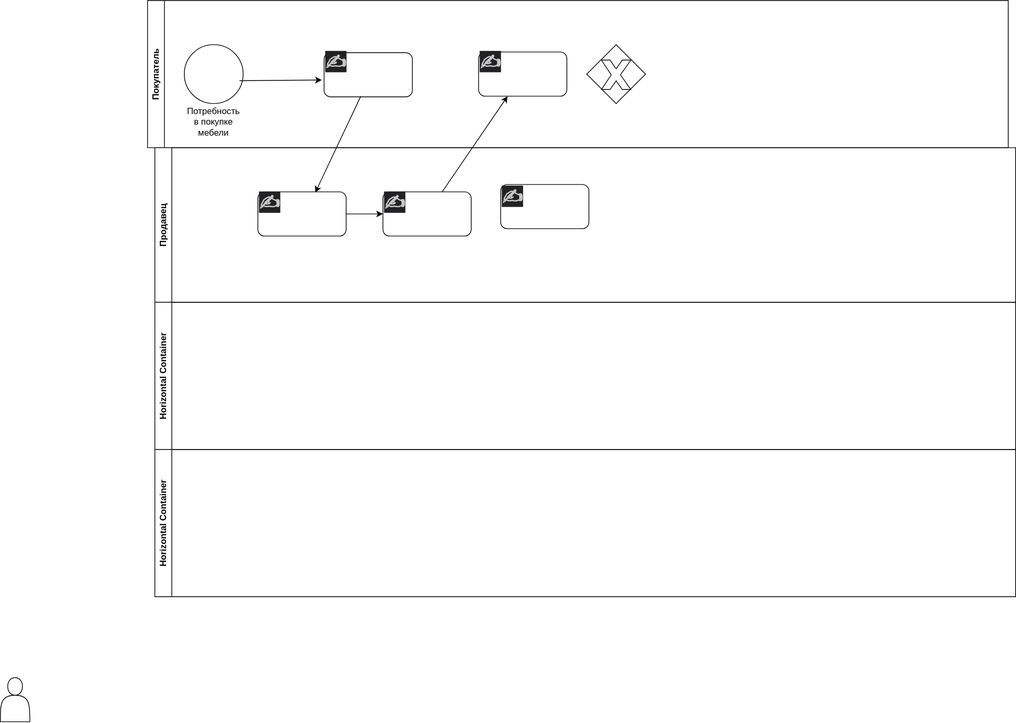
The draw.io diagram BP-ML.drawio.svg in s-erakhtina/diagrams.net, before a commit. Source tidied: cells renumbered, new cells last; positions are measured from the earlier drawing's top-left corner, leaving out a move shared by most shapes.
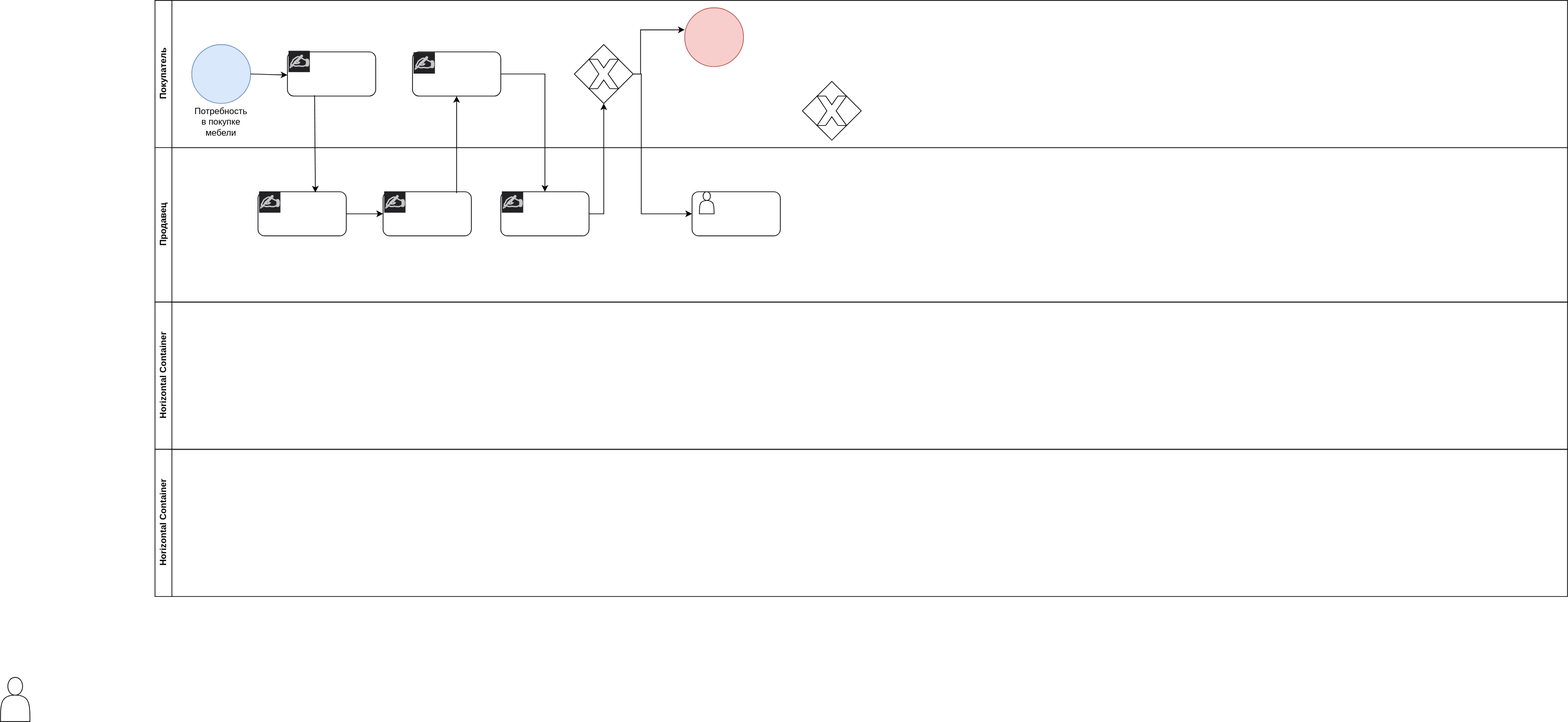
The same diagram one commit later.

The edit, as a diff of the source:
```diff
@@ -3,44 +3,71 @@
     <mxCell id="0" />
     <mxCell id="1" parent="0" />
     <mxCell id="2" value="Покупатель" style="swimlane;horizontal=0;whiteSpace=wrap;html=1;" parent="1" vertex="1">
-      <mxGeometry x="200" width="1170" height="200" as="geometry" />
+      <mxGeometry x="210" width="1920" height="200" as="geometry" />
     </mxCell>
-    <mxCell id="3" style="ellipse;whiteSpace=wrap;html=1;" parent="2" vertex="1">
+    <mxCell id="3" style="ellipse;whiteSpace=wrap;html=1;fillColor=#dae8fc;strokeColor=#6c8ebf;" parent="2" vertex="1">
       <mxGeometry x="50" y="60" width="80" height="80" as="geometry" />
     </mxCell>
     <mxCell id="4" value="Потребность в покупке мебели" style="text;html=1;align=center;verticalAlign=middle;whiteSpace=wrap;rounded=0;" parent="2" vertex="1">
       <mxGeometry x="60" y="150" width="60" height="30" as="geometry" />
     </mxCell>
-    <mxCell id="5" style="endArrow=classic;html=1;rounded=0;entryX=-0.025;entryY=0.617;entryDx=0;entryDy=0;entryPerimeter=0;" parent="2" edge="1" target="6">
-      <mxGeometry relative="1" as="geometry">
-        <mxPoint x="125" y="109" as="sourcePoint" />
-      </mxGeometry>
+    <mxCell id="5" style="endArrow=classic;html=1;rounded=0;entryX=0;entryY=0.75;entryDx=0;entryDy=0;exitX=1;exitY=0.5;exitDx=0;exitDy=0;" parent="2" edge="1" source="3" target="11">
+      <mxGeometry relative="1" as="geometry" />
     </mxCell>
     <mxCell id="6" style="rounded=1;whiteSpace=wrap;html=1;" parent="2" vertex="1">
-      <mxGeometry x="240" y="71" width="120" height="60" as="geometry" />
+      <mxGeometry x="180" y="70" width="120" height="60" as="geometry" />
     </mxCell>
     <mxCell id="7" style="rounded=1;whiteSpace=wrap;html=1;" parent="2" vertex="1">
-      <mxGeometry x="450" y="70" width="120" height="60" as="geometry" />
+      <mxGeometry x="350" y="70" width="120" height="60" as="geometry" />
     </mxCell>
+    <mxCell id="25" style="edgeStyle=orthogonalEdgeStyle;rounded=0;jettySize=auto;html=1;exitX=1;exitY=0.5;exitDx=0;exitDy=0;" parent="2" edge="1" source="8">
+      <mxGeometry relative="1" as="geometry">
+        <mxPoint x="730" y="290" as="targetPoint" />
+        <Array as="points">
+          <mxPoint x="661" y="100" />
+          <mxPoint x="661" y="290" />
+        </Array>
+      </mxGeometry>
+    </mxCell>
+    <mxCell id="26" style="edgeStyle=orthogonalEdgeStyle;rounded=0;jettySize=auto;html=1;" parent="2" edge="1" source="8">
+      <mxGeometry relative="1" as="geometry">
+        <mxPoint x="720" y="40" as="targetPoint" />
+        <Array as="points">
+          <mxPoint x="660" y="100" />
+          <mxPoint x="660" y="40" />
+          <mxPoint x="661" y="40" />
+        </Array>
+      </mxGeometry>
+    </mxCell>
     <mxCell id="8" style="rhombus;whiteSpace=wrap;html=1;" parent="2" vertex="1">
-      <mxGeometry x="597" y="60" width="80" height="80" as="geometry" />
+      <mxGeometry x="570" y="60" width="80" height="80" as="geometry" />
     </mxCell>
-    <mxCell id="9" style="endArrow=classic;html=1;rounded=0;entryX=0.65;entryY=0.017;entryDx=0;entryDy=0;entryPerimeter=0;" parent="2" edge="1" target="14">
-      <mxGeometry relative="1" as="geometry">
-        <mxPoint x="290" y="130" as="sourcePoint" />
-      </mxGeometry>
-    </mxCell>
     <mxCell id="10" value="&lt;br style=&quot;forced-color-adjust: none; color: rgb(0, 0, 0); font-family: Helvetica; font-size: 12px; font-style: normal; font-variant-ligatures: normal; font-variant-caps: normal; font-weight: 700; letter-spacing: normal; orphans: 2; text-align: center; text-indent: 0px; text-transform: none; widows: 2; word-spacing: 0px; -webkit-text-stroke-width: 0px; white-space: normal; background-color: rgb(251, 251, 251); text-decoration-thickness: initial; text-decoration-style: initial; text-decoration-color: initial;&quot;&gt;&lt;span style=&quot;forced-color-adjust: none; font-style: normal; font-variant-ligatures: normal; font-variant-caps: normal; font-weight: 700; letter-spacing: normal; orphans: 2; text-indent: 0px; text-transform: none; widows: 2; word-spacing: 0px; -webkit-text-stroke-width: 0px; white-space: normal; text-decoration-thickness: initial; text-decoration-style: initial; text-decoration-color: initial; color: rgba(255, 255, 255, 0.75); font-family: &amp;quot;YS Text&amp;quot;, -apple-system, BlinkMacSystemFont, Arial, Helvetica, sans-serif; font-size: 24px; text-align: start; background-color: rgb(34, 34, 36); float: none; display: inline !important;&quot;&gt;✍&lt;/span&gt;&lt;br style=&quot;forced-color-adjust: none; color: rgb(0, 0, 0); font-family: Helvetica; font-size: 12px; font-style: normal; font-variant-ligatures: normal; font-variant-caps: normal; font-weight: 700; letter-spacing: normal; orphans: 2; text-align: center; text-indent: 0px; text-transform: none; widows: 2; word-spacing: 0px; -webkit-text-stroke-width: 0px; white-space: normal; background-color: rgb(251, 251, 251); text-decoration-thickness: initial; text-decoration-style: initial; text-decoration-color: initial;&quot;&gt;" style="text;whiteSpace=wrap;html=1;" parent="2" vertex="1">
-      <mxGeometry x="450" y="49" width="70" height="70" as="geometry" />
+      <mxGeometry x="350" y="51" width="70" height="70" as="geometry" />
     </mxCell>
     <mxCell id="11" value="&lt;br style=&quot;forced-color-adjust: none; color: rgb(0, 0, 0); font-family: Helvetica; font-size: 12px; font-style: normal; font-variant-ligatures: normal; font-variant-caps: normal; font-weight: 700; letter-spacing: normal; orphans: 2; text-align: center; text-indent: 0px; text-transform: none; widows: 2; word-spacing: 0px; -webkit-text-stroke-width: 0px; white-space: normal; background-color: rgb(251, 251, 251); text-decoration-thickness: initial; text-decoration-style: initial; text-decoration-color: initial;&quot;&gt;&lt;span style=&quot;forced-color-adjust: none; font-style: normal; font-variant-ligatures: normal; font-variant-caps: normal; font-weight: 700; letter-spacing: normal; orphans: 2; text-indent: 0px; text-transform: none; widows: 2; word-spacing: 0px; -webkit-text-stroke-width: 0px; white-space: normal; text-decoration-thickness: initial; text-decoration-style: initial; text-decoration-color: initial; color: rgba(255, 255, 255, 0.75); font-family: &amp;quot;YS Text&amp;quot;, -apple-system, BlinkMacSystemFont, Arial, Helvetica, sans-serif; font-size: 24px; text-align: start; background-color: rgb(34, 34, 36); float: none; display: inline !important;&quot;&gt;✍&lt;/span&gt;&lt;br style=&quot;forced-color-adjust: none; color: rgb(0, 0, 0); font-family: Helvetica; font-size: 12px; font-style: normal; font-variant-ligatures: normal; font-variant-caps: normal; font-weight: 700; letter-spacing: normal; orphans: 2; text-align: center; text-indent: 0px; text-transform: none; widows: 2; word-spacing: 0px; -webkit-text-stroke-width: 0px; white-space: normal; background-color: rgb(251, 251, 251); text-decoration-thickness: initial; text-decoration-style: initial; text-decoration-color: initial;&quot;&gt;" style="text;whiteSpace=wrap;html=1;" parent="2" vertex="1">
-      <mxGeometry x="240" y="49" width="70" height="70" as="geometry" />
+      <mxGeometry x="180" y="49" width="70" height="70" as="geometry" />
     </mxCell>
     <mxCell id="12" style="verticalLabelPosition=bottom;verticalAlign=top;html=1;shape=mxgraph.basic.x;" parent="2" vertex="1">
-      <mxGeometry x="617" y="81" width="40" height="40" as="geometry" />
+      <mxGeometry x="590" y="80" width="40" height="40" as="geometry" />
     </mxCell>
+    <mxCell id="27" style="rounded=1;whiteSpace=wrap;html=1;" parent="2" vertex="1">
+      <mxGeometry x="730" y="260" width="120" height="60" as="geometry" />
+    </mxCell>
+    <mxCell id="28" style="ellipse;whiteSpace=wrap;html=1;fillColor=#f8cecc;strokeColor=#b85450;" parent="2" vertex="1">
+      <mxGeometry x="720" y="10" width="80" height="80" as="geometry" />
+    </mxCell>
+    <mxCell id="29" style="rhombus;whiteSpace=wrap;html=1;" parent="2" vertex="1">
+      <mxGeometry x="880" y="110" width="80" height="80" as="geometry" />
+    </mxCell>
+    <mxCell id="30" style="verticalLabelPosition=bottom;verticalAlign=top;html=1;shape=mxgraph.basic.x;" parent="2" vertex="1">
+      <mxGeometry x="900" y="130" width="40" height="40" as="geometry" />
+    </mxCell>
+    <mxCell id="31" style="shape=actor;whiteSpace=wrap;html=1;" parent="2" vertex="1">
+      <mxGeometry x="740" y="260" width="20" height="30" as="geometry" />
+    </mxCell>
     <mxCell id="13" value="Продавец" style="swimlane;horizontal=0;whiteSpace=wrap;html=1;" parent="1" vertex="1">
-      <mxGeometry x="210" y="200" width="1170" height="210" as="geometry" />
+      <mxGeometry x="210" y="200" width="1920" height="210" as="geometry" />
     </mxCell>
     <mxCell id="14" style="rounded=1;whiteSpace=wrap;html=1;" parent="13" vertex="1">
       <mxGeometry x="140" y="60" width="120" height="60" as="geometry" />
@@ -52,7 +79,7 @@
       <mxGeometry relative="1" as="geometry" />
     </mxCell>
     <mxCell id="17" style="rounded=1;whiteSpace=wrap;html=1;" parent="13" vertex="1">
-      <mxGeometry x="470" y="50" width="120" height="60" as="geometry" />
+      <mxGeometry x="470" y="60" width="120" height="60" as="geometry" />
     </mxCell>
     <mxCell id="18" value="&lt;br style=&quot;forced-color-adjust: none; color: rgb(0, 0, 0); font-family: Helvetica; font-size: 12px; font-style: normal; font-variant-ligatures: normal; font-variant-caps: normal; font-weight: 700; letter-spacing: normal; orphans: 2; text-align: center; text-indent: 0px; text-transform: none; widows: 2; word-spacing: 0px; -webkit-text-stroke-width: 0px; white-space: normal; background-color: rgb(251, 251, 251); text-decoration-thickness: initial; text-decoration-style: initial; text-decoration-color: initial;&quot;&gt;&lt;span style=&quot;forced-color-adjust: none; font-style: normal; font-variant-ligatures: normal; font-variant-caps: normal; font-weight: 700; letter-spacing: normal; orphans: 2; text-indent: 0px; text-transform: none; widows: 2; word-spacing: 0px; -webkit-text-stroke-width: 0px; white-space: normal; text-decoration-thickness: initial; text-decoration-style: initial; text-decoration-color: initial; color: rgba(255, 255, 255, 0.75); font-family: &amp;quot;YS Text&amp;quot;, -apple-system, BlinkMacSystemFont, Arial, Helvetica, sans-serif; font-size: 24px; text-align: start; background-color: rgb(34, 34, 36); float: none; display: inline !important;&quot;&gt;✍&lt;/span&gt;&lt;br style=&quot;forced-color-adjust: none; color: rgb(0, 0, 0); font-family: Helvetica; font-size: 12px; font-style: normal; font-variant-ligatures: normal; font-variant-caps: normal; font-weight: 700; letter-spacing: normal; orphans: 2; text-align: center; text-indent: 0px; text-transform: none; widows: 2; word-spacing: 0px; -webkit-text-stroke-width: 0px; white-space: normal; background-color: rgb(251, 251, 251); text-decoration-thickness: initial; text-decoration-style: initial; text-decoration-color: initial;&quot;&gt;" style="text;whiteSpace=wrap;html=1;" parent="13" vertex="1">
       <mxGeometry x="140" y="40" width="70" height="70" as="geometry" />
@@ -61,19 +88,36 @@
       <mxGeometry x="310" y="40" width="70" height="70" as="geometry" />
     </mxCell>
     <mxCell id="20" value="&lt;br style=&quot;forced-color-adjust: none; color: rgb(0, 0, 0); font-family: Helvetica; font-size: 12px; font-style: normal; font-variant-ligatures: normal; font-variant-caps: normal; font-weight: 700; letter-spacing: normal; orphans: 2; text-align: center; text-indent: 0px; text-transform: none; widows: 2; word-spacing: 0px; -webkit-text-stroke-width: 0px; white-space: normal; background-color: rgb(251, 251, 251); text-decoration-thickness: initial; text-decoration-style: initial; text-decoration-color: initial;&quot;&gt;&lt;span style=&quot;forced-color-adjust: none; font-style: normal; font-variant-ligatures: normal; font-variant-caps: normal; font-weight: 700; letter-spacing: normal; orphans: 2; text-indent: 0px; text-transform: none; widows: 2; word-spacing: 0px; -webkit-text-stroke-width: 0px; white-space: normal; text-decoration-thickness: initial; text-decoration-style: initial; text-decoration-color: initial; color: rgba(255, 255, 255, 0.75); font-family: &amp;quot;YS Text&amp;quot;, -apple-system, BlinkMacSystemFont, Arial, Helvetica, sans-serif; font-size: 24px; text-align: start; background-color: rgb(34, 34, 36); float: none; display: inline !important;&quot;&gt;✍&lt;/span&gt;&lt;br style=&quot;forced-color-adjust: none; color: rgb(0, 0, 0); font-family: Helvetica; font-size: 12px; font-style: normal; font-variant-ligatures: normal; font-variant-caps: normal; font-weight: 700; letter-spacing: normal; orphans: 2; text-align: center; text-indent: 0px; text-transform: none; widows: 2; word-spacing: 0px; -webkit-text-stroke-width: 0px; white-space: normal; background-color: rgb(251, 251, 251); text-decoration-thickness: initial; text-decoration-style: initial; text-decoration-color: initial;&quot;&gt;" style="text;whiteSpace=wrap;html=1;" parent="13" vertex="1">
-      <mxGeometry x="470" y="32" width="70" height="70" as="geometry" />
+      <mxGeometry x="470" y="40" width="40" height="50" as="geometry" />
     </mxCell>
     <mxCell id="21" value="Horizontal Container" style="swimlane;horizontal=0;whiteSpace=wrap;html=1;" parent="1" vertex="1">
-      <mxGeometry x="210" y="410" width="1170" height="200" as="geometry" />
+      <mxGeometry x="210" y="410" width="1920" height="200" as="geometry" />
     </mxCell>
     <mxCell id="22" value="Horizontal Container" style="swimlane;horizontal=0;whiteSpace=wrap;html=1;" parent="1" vertex="1">
-      <mxGeometry x="210" y="610" width="1170" height="200" as="geometry" />
+      <mxGeometry x="210" y="610" width="1920" height="200" as="geometry" />
     </mxCell>
-    <mxCell id="23" style="endArrow=classic;html=1;rounded=0;" parent="1" edge="1" source="15" target="7">
+    <mxCell id="23" style="endArrow=classic;html=1;rounded=0;exitX=0.833;exitY=0.033;exitDx=0;exitDy=0;exitPerimeter=0;" parent="1" edge="1" source="15" target="7">
       <mxGeometry relative="1" as="geometry" />
     </mxCell>
     <mxCell id="24" style="shape=actor;whiteSpace=wrap;html=1;" parent="1" vertex="1">
       <mxGeometry y="920" width="40" height="60" as="geometry" />
     </mxCell>
+    <mxCell id="32" style="endArrow=classic;html=1;rounded=0;entryX=0.5;entryY=1;entryDx=0;entryDy=0;exitX=1;exitY=0.5;exitDx=0;exitDy=0;" parent="1" edge="1" source="17" target="8">
+      <mxGeometry relative="1" as="geometry">
+        <Array as="points">
+          <mxPoint x="820" y="290" />
+        </Array>
+      </mxGeometry>
+    </mxCell>
+    <mxCell id="9" style="endArrow=classic;html=1;rounded=0;entryX=0.65;entryY=0.017;entryDx=0;entryDy=0;entryPerimeter=0;exitX=0.308;exitY=0.983;exitDx=0;exitDy=0;exitPerimeter=0;" parent="1" edge="1" source="6" target="14">
+      <mxGeometry relative="1" as="geometry" />
+    </mxCell>
+    <mxCell id="33" style="endArrow=classic;html=1;rounded=0;exitX=1;exitY=0.5;exitDx=0;exitDy=0;entryX=0.5;entryY=0;entryDx=0;entryDy=0;" parent="1" edge="1" source="7" target="17">
+      <mxGeometry relative="1" as="geometry">
+        <Array as="points">
+          <mxPoint x="740" y="100" />
+        </Array>
+      </mxGeometry>
+    </mxCell>
   </root>
 </mxGraphModel>
```
